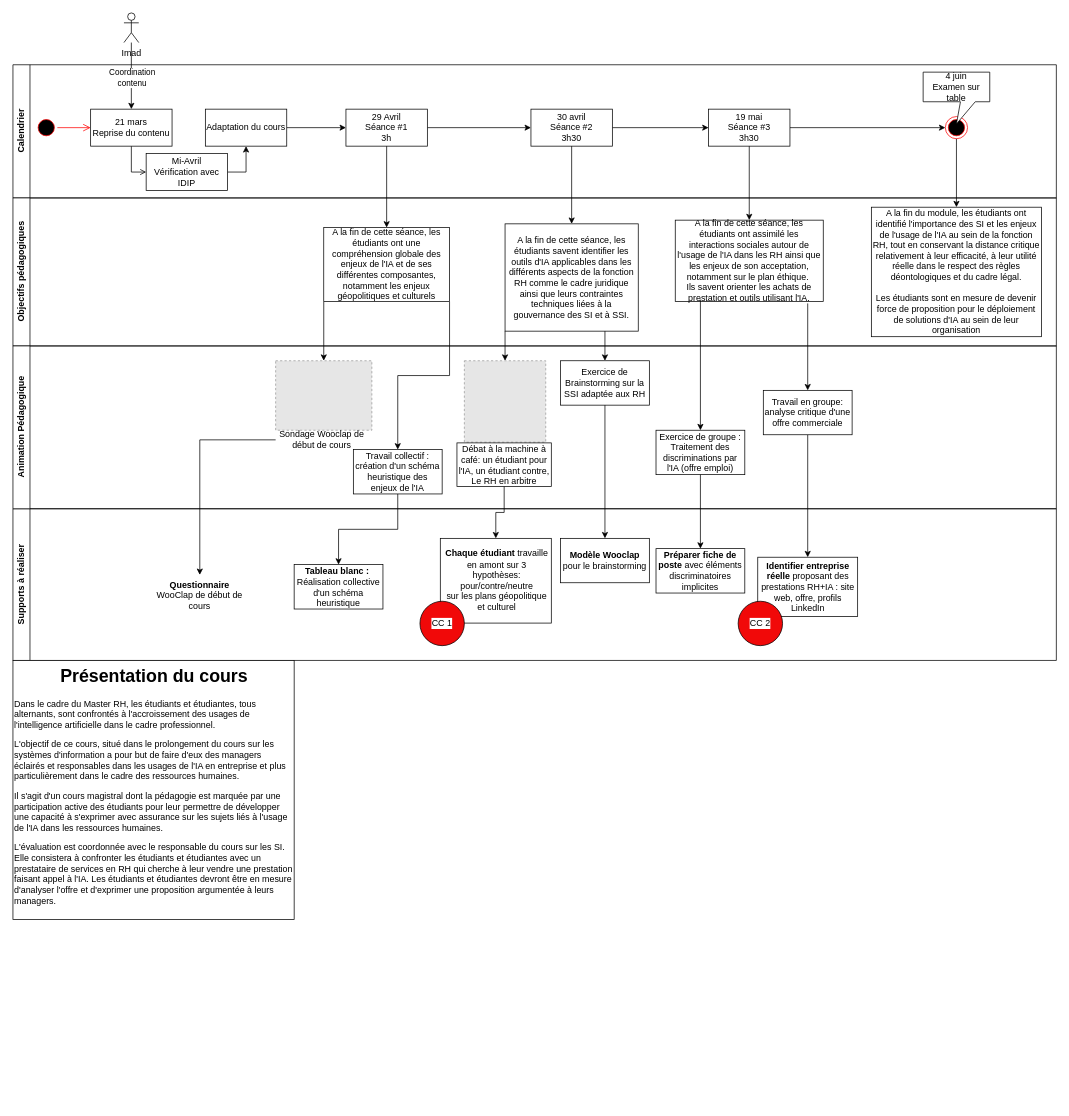
Above: page "Parcours pédagogique" (1 of 3) of Cours IA et RH.drawio in Fabrice-64/Drawings (draw.io), before the change. Source tidied: cells renumbered, new cells numbered last; positions are measured from the earlier drawing's top-left corner, leaving out a move shared by most shapes. Both pictures are drawn from the tidied source at 74%, with x=0, y=0 at pixel (13, 13). Pictures stored in the file or linked from it are replaced by grey dashed boxes.
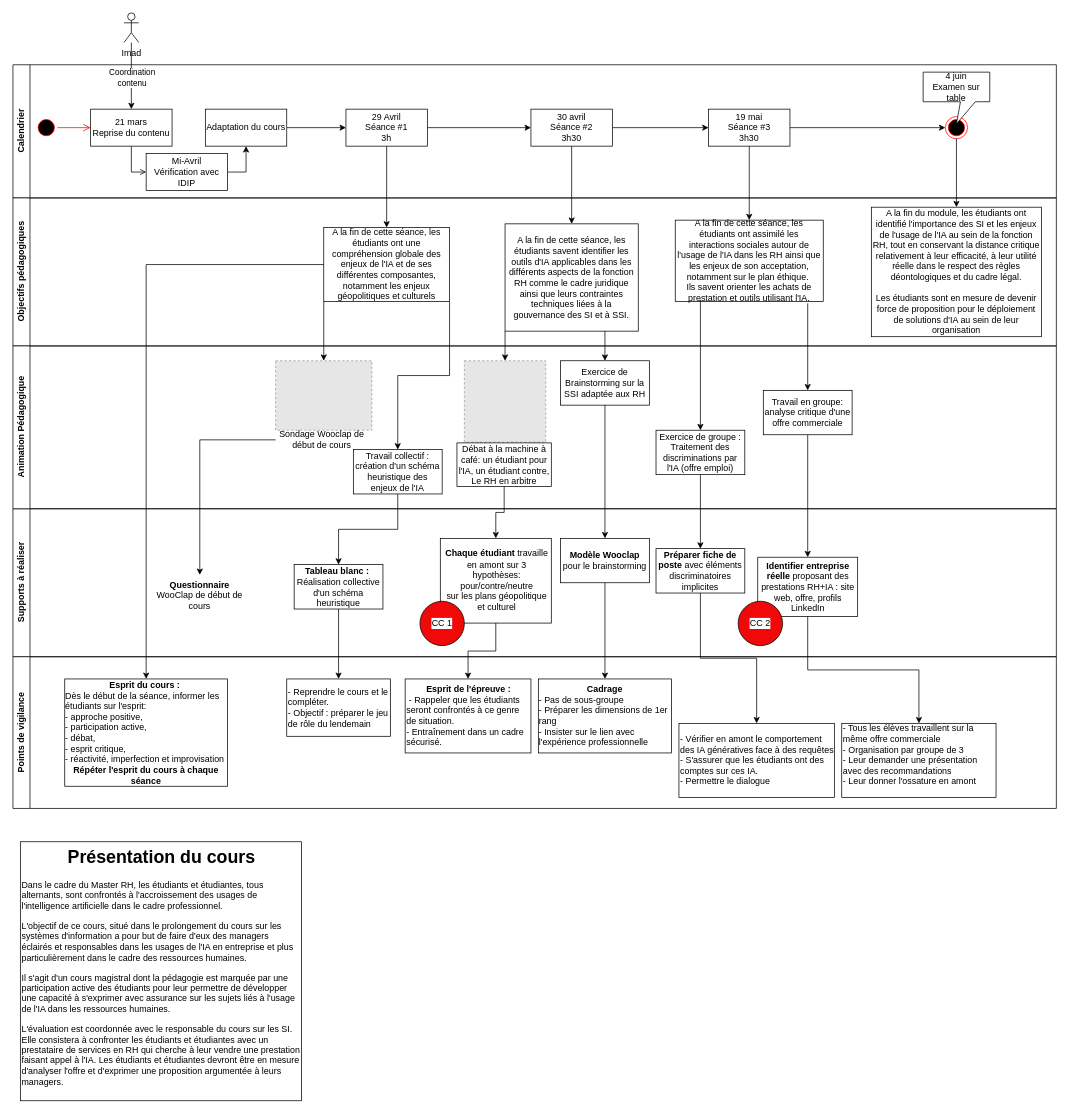
The same page after the edit.

The change refers to these unchanged cells:
```xml
<mxCell id="27" value="A la fin de cette séance, les étudiants ont une compréhension globale des enjeux de l'IA et de ses différentes composantes, notamment les enjeux géopolitiques et culturels" style="html=1;whiteSpace=wrap;movableLabel=0;" parent="26" vertex="1">
  <mxGeometry x="420" y="40" width="170" height="100" as="geometry" />
</mxCell>
<mxCell id="33" value="&lt;div style=&quot;text-align: center;&quot;&gt;&lt;b&gt;Chaque étudiant&lt;/b&gt;&amp;nbsp;travaille en amont sur 3 hypothèses: pour/contre/neutre&lt;/div&gt;&lt;div style=&quot;text-align: center;&quot;&gt;sur les plans géopolitique et culturel&lt;br&gt;&lt;/div&gt;" style="text;html=1;align=left;verticalAlign=middle;whiteSpace=wrap;rounded=0;strokeColor=default;" parent="31" vertex="1">
  <mxGeometry x="577.5" y="40" width="150" height="114.5" as="geometry" />
</mxCell>
<mxCell id="34" value="&lt;b&gt;Identifier entreprise réelle&lt;/b&gt; proposant des prestations RH+IA : site web, offre, profils LinkedIn" style="whiteSpace=wrap;html=1;" parent="31" vertex="1">
  <mxGeometry x="1006.5" y="65.5" width="135" height="80" as="geometry" />
</mxCell>
<mxCell id="35" value="&lt;b&gt;Modèle Wooclap&lt;/b&gt; pour le brainstorming" style="whiteSpace=wrap;html=1;" parent="31" vertex="1">
  <mxGeometry x="740" y="40" width="120" height="60" as="geometry" />
</mxCell>
<mxCell id="36" value="&lt;b&gt;Préparer fiche de poste&lt;/b&gt; avec éléments discriminatoires implicites" style="rounded=0;whiteSpace=wrap;html=1;" parent="31" vertex="1">
  <mxGeometry x="869" y="53.9" width="120" height="60" as="geometry" />
</mxCell>
<mxCell id="37" value="&lt;b&gt;Tableau blanc :&lt;/b&gt;&amp;nbsp;&lt;br&gt;Réalisation collective d'un schéma heuristique" style="rounded=0;whiteSpace=wrap;html=1;" parent="31" vertex="1">
  <mxGeometry x="380" y="75.5" width="120" height="60" as="geometry" />
</mxCell>
```

Change to the diagram source:
```diff
@@
     <mxCell id="31" value="Supports à réaliser" style="swimlane;horizontal=0;whiteSpace=wrap;html=1;perimeterSpacing=1;fillColor=light-dark(#FFFFFF,#EDEDED);" parent="1" vertex="1">
-      <mxGeometry y="670" width="1410" height="205" as="geometry" />
+      <mxGeometry y="670" width="1410" height="200" as="geometry" />
     </mxCell>
@@
     <mxCell id="59" value="&lt;h1 style=&quot;text-align: center; margin-top: 0px;&quot;&gt;Présentation du cours&lt;/h1&gt;&lt;p&gt;Dans le cadre du Master RH, les étudiants et étudiantes, tous alternants, sont confrontés à l'accroissement des usages de l'intelligence artificielle dans le cadre professionnel.&lt;/p&gt;&lt;p&gt;L'objectif de ce cours, situé dans le prolongement du cours sur les systèmes d'information a pour but de faire d'eux des managers éclairés et responsables dans les usages de l'IA en entreprise et plus particulièrement dans le cadre des ressources humaines.&lt;/p&gt;&lt;p&gt;Il s'agit d'un cours magistral dont la pédagogie est marquée par une participation active des étudiants pour leur permettre de développer une capacité à s'exprimer avec assurance sur les sujets liés à l'usage de l'IA dans les ressources humaines.&lt;/p&gt;&lt;p&gt;L'évaluation est coordonnée avec le responsable du cours sur les SI. Elle consistera à confronter les étudiants et étudiantes avec un prestataire de services en RH qui cherche à leur vendre une prestation faisant appel à l'IA.&amp;nbsp;Les étudiants et étudiantes devront être en mesure d'analyser l'offre et d'exprimer une proposition argumentée à leurs managers.&lt;/p&gt;&lt;p&gt;&lt;br&gt;&lt;/p&gt;&lt;p&gt;&lt;br&gt;&lt;/p&gt;" style="text;html=1;whiteSpace=wrap;overflow=hidden;rounded=0;fillColor=#FFFFFF;strokeColor=default;glass=0;" parent="1" vertex="1">
-      <mxGeometry y="875" width="380" height="350" as="geometry" />
+      <mxGeometry x="10" y="1120" width="380" height="350" as="geometry" />
     </mxCell>
@@
+    <mxCell id="62" value="Points de vigilance" style="swimlane;horizontal=0;whiteSpace=wrap;html=1;perimeterSpacing=1;fillColor=light-dark(#FFFFFF,#EDEDED);" parent="1" vertex="1">
+      <mxGeometry y="870" width="1410" height="205" as="geometry" />
+    </mxCell>
+    <mxCell id="63" value="&lt;b&gt;Esprit du cours :&amp;nbsp;&lt;/b&gt;&lt;div&gt;&lt;div style=&quot;text-align: left;&quot;&gt;Dès le début de la séance, informer les étudiants sur l'esprit:&lt;br&gt;- approche positive,&amp;nbsp;&lt;br&gt;- participation active,&amp;nbsp;&lt;/div&gt;&lt;div style=&quot;text-align: left;&quot;&gt;- débat,&lt;br&gt;- esprit critique,&lt;/div&gt;&lt;div style=&quot;text-align: left;&quot;&gt;- réactivité, imperfection et improvisation&lt;/div&gt;&lt;div&gt;&lt;b&gt;Répéter l'esprit du cours à chaque séance&lt;/b&gt;&lt;/div&gt;&lt;/div&gt;" style="rounded=0;whiteSpace=wrap;html=1;" parent="62" vertex="1">
+      <mxGeometry x="70" y="30" width="220" height="145" as="geometry" />
+    </mxCell>
+    <mxCell id="64" value="&lt;div style=&quot;text-align: center;&quot;&gt;&lt;b style=&quot;background-color: transparent; color: light-dark(rgb(0, 0, 0), rgb(255, 255, 255));&quot;&gt;Esprit de l'épreuve :&lt;/b&gt;&lt;/div&gt;&lt;div&gt;&lt;b&gt;&amp;nbsp;&lt;/b&gt;- Rappeler que les étudiants seront confrontés à ce genre de situation.&lt;br&gt;- Entraînement dans un cadre sécurisé.&lt;/div&gt;" style="whiteSpace=wrap;html=1;align=left;fillColor=none;gradientColor=none;rounded=0;" parent="62" vertex="1">
+      <mxGeometry x="530" y="30" width="170" height="100" as="geometry" />
+    </mxCell>
+    <mxCell id="65" value="- Reprendre le cours et le compléter.&lt;br&gt;- Objectif : préparer le jeu de rôle du lendemain" style="rounded=0;whiteSpace=wrap;html=1;align=left;" parent="62" vertex="1">
+      <mxGeometry x="370" y="30" width="140" height="77.5" as="geometry" />
+    </mxCell>
+    <mxCell id="66" value="&lt;b&gt;Cadrage&lt;/b&gt;&lt;div style=&quot;text-align: left;&quot;&gt;&lt;span style=&quot;background-color: transparent; color: light-dark(rgb(0, 0, 0), rgb(255, 255, 255));&quot;&gt;- Pas de sous-groupe&lt;/span&gt;&lt;/div&gt;&lt;div style=&quot;text-align: left;&quot;&gt;&lt;span style=&quot;background-color: transparent; color: light-dark(rgb(0, 0, 0), rgb(255, 255, 255));&quot;&gt;- Préparer les dimensions de 1er rang&lt;/span&gt;&lt;/div&gt;&lt;div style=&quot;text-align: left;&quot;&gt;&lt;span style=&quot;background-color: transparent; color: light-dark(rgb(0, 0, 0), rgb(255, 255, 255));&quot;&gt;- Insister sur le lien avec l'expérience professionnelle&lt;/span&gt;&lt;/div&gt;" style="rounded=0;whiteSpace=wrap;html=1;" parent="62" vertex="1">
+      <mxGeometry x="710" y="30" width="180" height="100" as="geometry" />
+    </mxCell>
+    <mxCell id="67" value="- Vérifier en amont le comportement des IA génératives face à des requêtes&lt;br&gt;- S'assurer que les étudiants ont des comptes sur ces IA.&lt;br&gt;- Permettre le dialogue" style="rounded=0;whiteSpace=wrap;html=1;align=left;" parent="62" vertex="1">
+      <mxGeometry x="900" y="90" width="210" height="100" as="geometry" />
+    </mxCell>
+    <mxCell id="68" value="- Tous les élèves travaillent sur la même offre commerciale&lt;div&gt;- Organisation par groupe de 3&lt;/div&gt;&lt;div&gt;- Leur demander une présentation avec des recommandations&lt;/div&gt;&lt;div&gt;- Leur donner l'ossature en amont&lt;/div&gt;&lt;div&gt;&lt;br&gt;&lt;/div&gt;" style="rounded=0;whiteSpace=wrap;html=1;align=left;" parent="62" vertex="1">
+      <mxGeometry x="1120" y="90" width="208.5" height="100" as="geometry" />
+    </mxCell>
+    <mxCell id="69" style="edgeStyle=orthogonalEdgeStyle;rounded=0;jettySize=auto;html=1;" parent="1" edge="1" source="33" target="64">
+      <mxGeometry relative="1" as="geometry" />
+    </mxCell>
+    <mxCell id="70" style="edgeStyle=orthogonalEdgeStyle;rounded=0;jettySize=auto;html=1;entryX=0.5;entryY=0;entryDx=0;entryDy=0;" parent="1" edge="1" source="27" target="63">
+      <mxGeometry relative="1" as="geometry" />
+    </mxCell>
+    <mxCell id="71" style="edgeStyle=orthogonalEdgeStyle;rounded=0;jettySize=auto;html=1;" parent="1" edge="1" source="37" target="65">
+      <mxGeometry relative="1" as="geometry" />
+    </mxCell>
+    <mxCell id="72" style="edgeStyle=orthogonalEdgeStyle;rounded=0;jettySize=auto;html=1;entryX=0.5;entryY=0;entryDx=0;entryDy=0;" parent="1" edge="1" source="35" target="66">
+      <mxGeometry relative="1" as="geometry" />
+    </mxCell>
+    <mxCell id="73" style="edgeStyle=orthogonalEdgeStyle;rounded=0;jettySize=auto;html=1;entryX=0.5;entryY=0;entryDx=0;entryDy=0;" parent="1" edge="1" source="36" target="67">
+      <mxGeometry relative="1" as="geometry" />
+    </mxCell>
+    <mxCell id="74" style="edgeStyle=orthogonalEdgeStyle;rounded=0;jettySize=auto;html=1;" parent="1" edge="1" source="34" target="68">
+      <mxGeometry relative="1" as="geometry" />
+    </mxCell>
```
